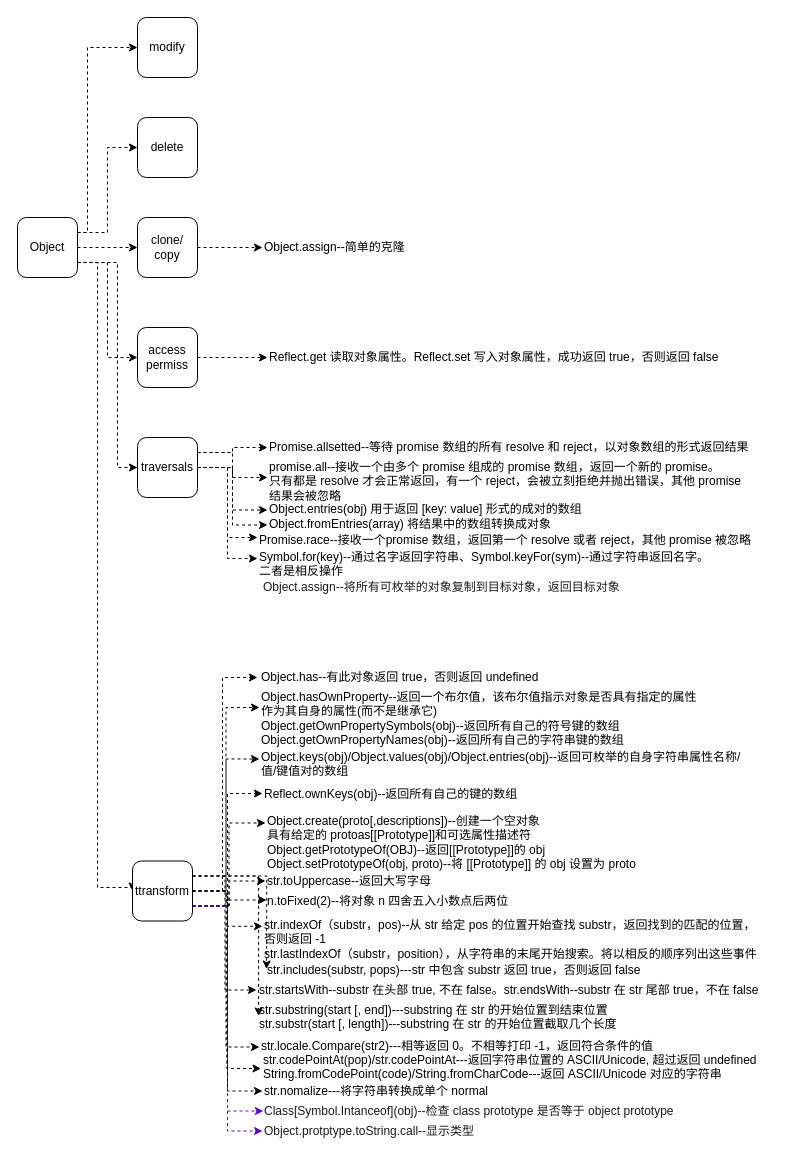
This is page "Object" (2 of 7) of background-flutter/JS难点/Func/Arr/Obj.drawio from hexipei/draw.io, a draw.io file, before an edit. Source tidied: cells renumbered, new cells numbered last; positions are measured from the earlier drawing's top-left corner, leaving out a move shared by most shapes. Both pictures are drawn from the tidied source at 100%, with x=0, y=0 at pixel (17, 17).
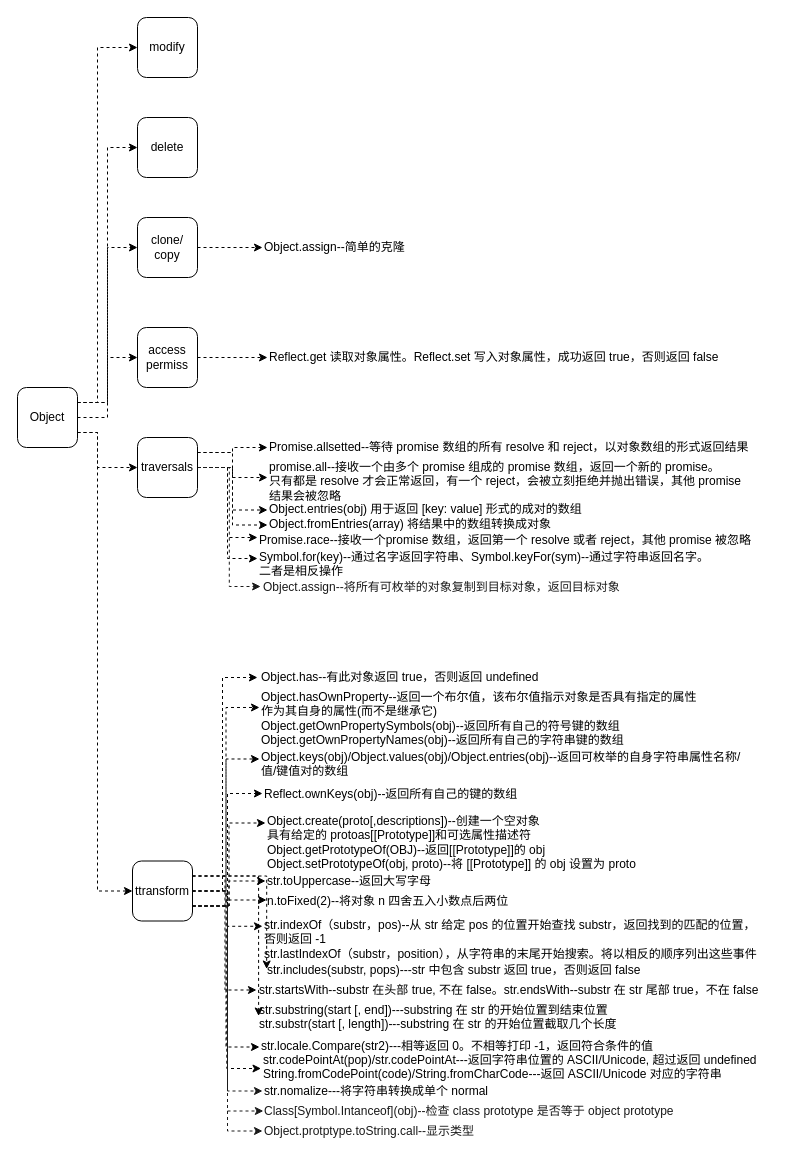
The same page after the edit.

The change refers to these unchanged cells:
```xml
<mxCell id="9" value="modify" style="rounded=1;whiteSpace=wrap;html=1;" parent="1" vertex="1">
  <mxGeometry x="120" width="60" height="60" as="geometry" />
</mxCell>
<mxCell id="14" value="access&lt;br&gt;permiss" style="rounded=1;whiteSpace=wrap;html=1;" parent="1" vertex="1">
  <mxGeometry x="120" y="310" width="60" height="60" as="geometry" />
</mxCell>
<mxCell id="22" value="traversals" style="rounded=1;whiteSpace=wrap;html=1;" parent="1" vertex="1">
  <mxGeometry x="120" y="420" width="60" height="60" as="geometry" />
</mxCell>
<mxCell id="39" value="ttransform" style="rounded=1;whiteSpace=wrap;html=1;" parent="1" vertex="1">
  <mxGeometry x="115" y="843.5" width="60" height="60" as="geometry" />
</mxCell>
<mxCell id="60" value="str.nomalize---将字符串转换成单个 normal" style="text;html=1;points=[];align=left;verticalAlign=top;spacingTop=-4;" parent="1" vertex="1">
  <mxGeometry x="245" y="1063.5" width="240" height="20" as="geometry" />
</mxCell>
<mxCell id="61" value="&lt;font color=&quot;#1a1a1a&quot;&gt;Class[Symbol.Intanceof](obj)--检查 class prototype 是否等于 object prototype&lt;/font&gt;" style="text;html=1;points=[];align=left;verticalAlign=top;spacingTop=-4;fontColor=#6600CC;" parent="1" vertex="1">
  <mxGeometry x="245" y="1083.5" width="430" height="20" as="geometry" />
</mxCell>
<mxCell id="62" value="&lt;font color=&quot;#1a1a1a&quot;&gt;Object.protptype.toString.call--显示类型&lt;/font&gt;" style="text;html=1;points=[];align=left;verticalAlign=top;spacingTop=-4;fontColor=#6600CC;" parent="1" vertex="1">
  <mxGeometry x="245" y="1103.5" width="230" height="20" as="geometry" />
</mxCell>
<mxCell id="63" value="Object.assign--将所有可枚举的对象复制到目标对象，返回目标对象" style="text;html=1;points=[];align=left;verticalAlign=top;spacingTop=-4;fontColor=#1A1A1A;" parent="1" vertex="1">
  <mxGeometry x="243.5" y="560" width="370" height="20" as="geometry" />
</mxCell>
```

The edit, as a diff of the source:
```diff
@@
     <mxCell id="2" style="edgeStyle=orthogonalEdgeStyle;rounded=0;jettySize=auto;html=1;exitX=1;exitY=0.25;exitDx=0;exitDy=0;entryX=0;entryY=0.5;entryDx=0;entryDy=0;dashed=1;" parent="1" edge="1" source="8" target="9">
       <mxGeometry relative="1" as="geometry">
         <Array as="points">
-          <mxPoint x="70" y="215" />
-          <mxPoint x="70" y="30" />
+          <mxPoint x="80" y="385" />
+          <mxPoint x="80" y="30" />
         </Array>
       </mxGeometry>
     </mxCell>
@@
-    <mxCell id="5" style="edgeStyle=orthogonalEdgeStyle;rounded=0;jettySize=auto;html=1;exitX=1;exitY=0.75;exitDx=0;exitDy=0;entryX=0;entryY=0.5;entryDx=0;entryDy=0;dashed=1;" parent="1" edge="1" source="8" target="14">
+    <mxCell id="5" style="edgeStyle=orthogonalEdgeStyle;rounded=0;jettySize=auto;html=1;exitX=1;exitY=0.25;exitDx=0;exitDy=0;entryX=0;entryY=0.5;entryDx=0;entryDy=0;dashed=1;" parent="1" edge="1" source="8" target="14">
       <mxGeometry relative="1" as="geometry" />
     </mxCell>
     <mxCell id="6" style="edgeStyle=orthogonalEdgeStyle;rounded=0;jettySize=auto;html=1;exitX=1;exitY=0.75;exitDx=0;exitDy=0;entryX=0;entryY=0.5;entryDx=0;entryDy=0;dashed=1;" parent="1" edge="1" source="8" target="22">
       <mxGeometry relative="1" as="geometry">
         <Array as="points">
-          <mxPoint x="100" y="245" />
-          <mxPoint x="100" y="450" />
+          <mxPoint x="80" y="415" />
+          <mxPoint x="80" y="450" />
         </Array>
       </mxGeometry>
     </mxCell>
     <mxCell id="7" style="edgeStyle=orthogonalEdgeStyle;rounded=0;jettySize=auto;html=1;exitX=1;exitY=0.75;exitDx=0;exitDy=0;entryX=0;entryY=0.5;entryDx=0;entryDy=0;dashed=1;" parent="1" edge="1" source="8" target="39">
       <mxGeometry relative="1" as="geometry">
         <Array as="points">
-          <mxPoint x="80" y="245" />
-          <mxPoint x="80" y="870" />
-          <mxPoint x="115" y="870" />
+          <mxPoint x="80" y="415" />
+          <mxPoint x="80" y="874" />
         </Array>
       </mxGeometry>
     </mxCell>
     <mxCell id="8" value="Object" style="rounded=1;whiteSpace=wrap;html=1;" parent="1" vertex="1">
-      <mxGeometry y="200" width="60" height="60" as="geometry" />
+      <mxGeometry y="370" width="60" height="60" as="geometry" />
     </mxCell>
@@
+    <mxCell id="64" style="edgeStyle=orthogonalEdgeStyle;rounded=0;jettySize=auto;html=1;exitX=1;exitY=0.5;exitDx=0;exitDy=0;entryX=-0.001;entryY=0.45;entryDx=0;entryDy=0;entryPerimeter=0;dashed=1;strokeColor=#1A1A1A;fontColor=#1A1A1A;" parent="1" edge="1" source="22" target="63">
+      <mxGeometry relative="1" as="geometry" />
+    </mxCell>
@@
-    <mxCell id="36" style="edgeStyle=orthogonalEdgeStyle;rounded=0;jettySize=auto;html=1;exitX=1;exitY=0.5;exitDx=0;exitDy=0;entryX=0;entryY=0.5;entryDx=0;entryDy=0;entryPerimeter=0;dashed=1;" parent="1" edge="1" source="39" target="60">
+    <mxCell id="36" style="edgeStyle=orthogonalEdgeStyle;rounded=0;jettySize=auto;html=1;exitX=1;exitY=0.5;exitDx=0;exitDy=0;entryX=0;entryY=0.5;entryDx=0;entryDy=0;entryPerimeter=0;dashed=1;fontColor=#1A1A1A;strokeColor=#1A1A1A;" parent="1" edge="1" source="39" target="60">
       <mxGeometry relative="1" as="geometry" />
     </mxCell>
-    <mxCell id="37" style="edgeStyle=orthogonalEdgeStyle;rounded=0;jettySize=auto;html=1;exitX=1;exitY=0.75;exitDx=0;exitDy=0;entryX=0.002;entryY=0.5;entryDx=0;entryDy=0;entryPerimeter=0;dashed=1;strokeColor=#6600CC;fontColor=#6600CC;" parent="1" edge="1" source="39" target="61">
+    <mxCell id="37" style="edgeStyle=orthogonalEdgeStyle;rounded=0;jettySize=auto;html=1;exitX=1;exitY=0.75;exitDx=0;exitDy=0;entryX=0.002;entryY=0.5;entryDx=0;entryDy=0;entryPerimeter=0;dashed=1;strokeColor=#1A1A1A;fontColor=#1A1A1A;" parent="1" edge="1" source="39" target="61">
       <mxGeometry relative="1" as="geometry" />
     </mxCell>
-    <mxCell id="38" style="edgeStyle=orthogonalEdgeStyle;rounded=0;jettySize=auto;html=1;exitX=1;exitY=0.75;exitDx=0;exitDy=0;entryX=0;entryY=0.5;entryDx=0;entryDy=0;entryPerimeter=0;dashed=1;strokeColor=#6600CC;fontColor=#6600CC;" parent="1" edge="1" source="39" target="62">
+    <mxCell id="38" style="edgeStyle=orthogonalEdgeStyle;rounded=0;jettySize=auto;html=1;exitX=1;exitY=0.75;exitDx=0;exitDy=0;entryX=0;entryY=0.5;entryDx=0;entryDy=0;entryPerimeter=0;dashed=1;strokeColor=#1A1A1A;fontColor=#1A1A1A;" parent="1" edge="1" source="39" target="62">
       <mxGeometry relative="1" as="geometry" />
     </mxCell>
```
